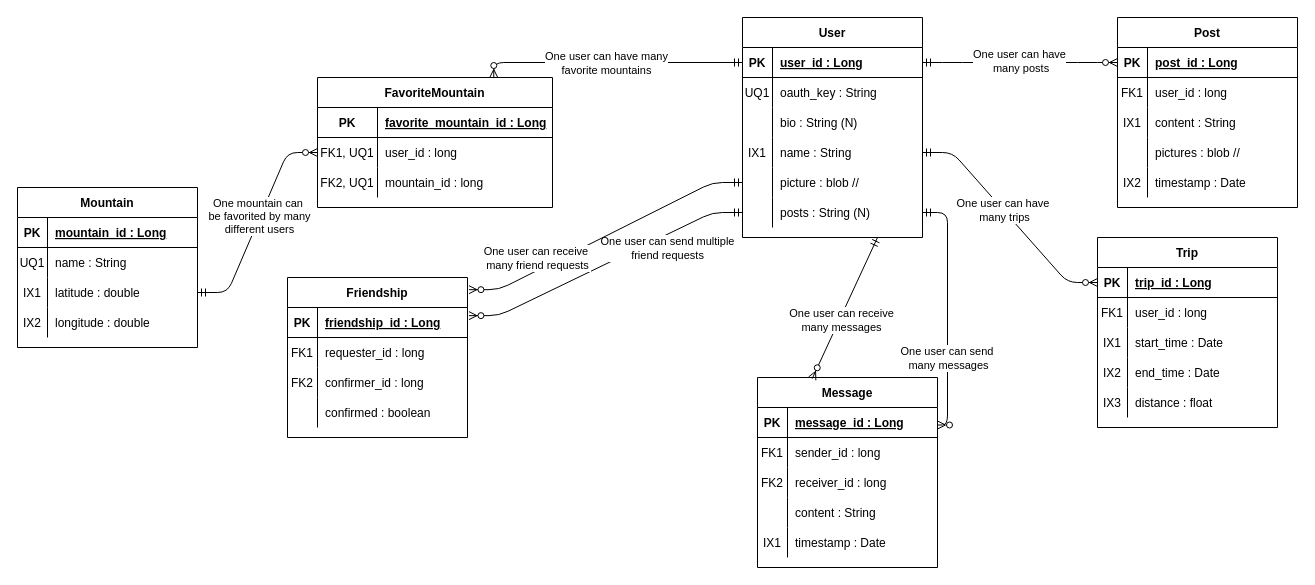
The draw.io diagram docs/work/powdr-erd.drawio in powdr-ddc/powdr-ddc.github.io, before the edit. Source tidied: cells renumbered, new cells numbered last; positions are measured from the earlier drawing's top-left corner, leaving out a move shared by most shapes. Both pictures are drawn from the tidied source at 100%, with x=0, y=0 at pixel (17, 17).
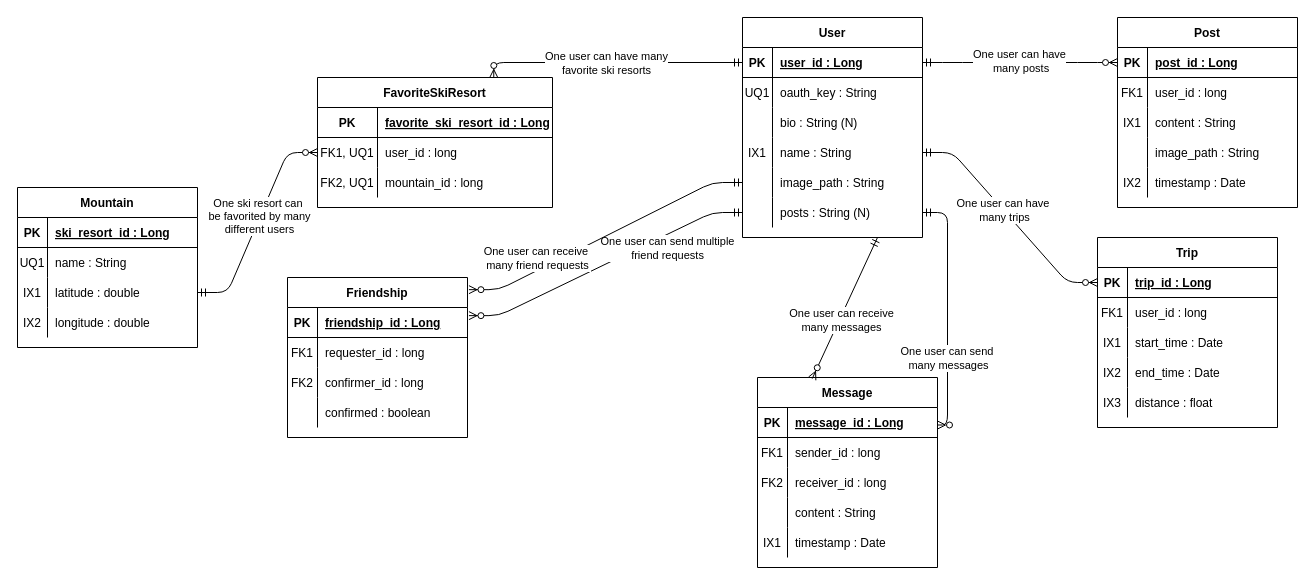
Above is the later version.

The change refers to these unchanged cells:
```xml
<mxCell id="12" style="shape=partialRectangle;fillColor=none;top=0;left=0;bottom=0;right=0;" parent="2" vertex="1">
  <mxGeometry y="120" width="180" height="30" as="geometry" />
</mxCell>
<mxCell id="24" style="edgeStyle=entityRelationEdgeStyle;fontSize=12;html=1;endArrow=ERzeroToMany;startArrow=ERmandOne;entryX=0;entryY=0.5;entryDx=0;entryDy=0;exitX=1;exitY=0.5;exitDx=0;exitDy=0;endFill=1;" parent="1" edge="1" source="43" target="30">
  <mxGeometry relative="1" as="geometry" />
</mxCell>
<mxCell id="27" style="shape=partialRectangle;fillColor=none;top=0;left=0;bottom=1;right=0;" parent="26" vertex="1">
  <mxGeometry y="30" width="235" height="30" as="geometry" />
</mxCell>
<mxCell id="37" style="shape=partialRectangle;fillColor=none;top=0;left=0;bottom=1;right=0;" parent="36" vertex="1">
  <mxGeometry y="30" width="180" height="30" as="geometry" />
</mxCell>
<mxCell id="49" style="fontSize=12;html=1;endArrow=ERzeroToMany;startArrow=ERmandOne;exitX=0;exitY=0.5;exitDx=0;exitDy=0;entryX=0.75;entryY=0;entryDx=0;entryDy=0;endFill=1;edgeStyle=orthogonalEdgeStyle;" parent="1" edge="1" source="103" target="26">
  <mxGeometry relative="1" as="geometry" />
</mxCell>
<mxCell id="115" style="shape=partialRectangle;fillColor=none;top=0;left=0;bottom=0;right=0;points=[[0,0.5],[1,0.5]];portConstraint=eastwest;" parent="102" vertex="1">
  <mxGeometry y="150" width="180" height="30" as="geometry" />
</mxCell>
```

The edit, as a diff of the source:
```diff
@@
-    <mxCell id="14" value="pictures : blob //" style="shape=partialRectangle;fillColor=none;top=0;left=0;bottom=0;right=0;align=left;spacingLeft=6;overflow=hidden;" parent="12" vertex="1">
+    <mxCell id="14" value="image_path : String" style="shape=partialRectangle;fillColor=none;top=0;left=0;bottom=0;right=0;align=left;spacingLeft=6;overflow=hidden;" parent="12" vertex="1">
       <mxGeometry x="30" width="150" height="30" as="geometry" />
     </mxCell>
@@
-    <mxCell id="25" value="One mountain can&amp;nbsp;&lt;br&gt;be favorited by many&lt;br&gt;different users" style="edgeLabel;html=1;align=center;verticalAlign=middle;" parent="24" vertex="1">
+    <mxCell id="25" value="One ski resort can&amp;nbsp;&lt;br&gt;be favorited by many&lt;br&gt;different users" style="edgeLabel;html=1;align=center;verticalAlign=middle;" parent="24" vertex="1">
       <mxGeometry x="0.06" y="1" relative="1" as="geometry" />
     </mxCell>
-    <mxCell id="26" value="FavoriteMountain" style="shape=table;startSize=30;childLayout=tableLayout;rowLines=0;fontStyle=1;align=center;" parent="1" vertex="1">
+    <mxCell id="26" value="FavoriteSkiResort" style="shape=table;startSize=30;childLayout=tableLayout;rowLines=0;fontStyle=1;align=center;" parent="1" vertex="1">
       <mxGeometry x="300" y="60" width="235" height="130" as="geometry" />
     </mxCell>
@@
-    <mxCell id="29" value="favorite_mountain_id : Long" style="shape=partialRectangle;fillColor=none;top=0;left=0;bottom=0;right=0;align=left;spacingLeft=6;fontStyle=5;overflow=hidden;" parent="27" vertex="1">
+    <mxCell id="29" value="favorite_ski_resort_id : Long" style="shape=partialRectangle;fillColor=none;top=0;left=0;bottom=0;right=0;align=left;spacingLeft=6;fontStyle=5;overflow=hidden;" parent="27" vertex="1">
       <mxGeometry x="60" width="175" height="30" as="geometry" />
     </mxCell>
@@
-    <mxCell id="39" value="mountain_id : Long" style="shape=partialRectangle;fillColor=none;top=0;left=0;bottom=0;right=0;align=left;spacingLeft=6;fontStyle=5;overflow=hidden;" parent="37" vertex="1">
+    <mxCell id="39" value="ski_resort_id : Long" style="shape=partialRectangle;fillColor=none;top=0;left=0;bottom=0;right=0;align=left;spacingLeft=6;fontStyle=5;overflow=hidden;" parent="37" vertex="1">
       <mxGeometry x="30" width="150" height="30" as="geometry" />
     </mxCell>
@@
-    <mxCell id="50" value="One user can have many &lt;br&gt;favorite mountains" style="edgeLabel;html=1;align=center;verticalAlign=middle;" parent="49" vertex="1">
+    <mxCell id="50" value="One user can have many &lt;br&gt;favorite ski resorts" style="edgeLabel;html=1;align=center;verticalAlign=middle;" parent="49" vertex="1">
       <mxGeometry x="0.04" relative="1" as="geometry" />
     </mxCell>
@@
-    <mxCell id="117" value="picture : blob //" style="shape=partialRectangle;fillColor=none;top=0;left=0;bottom=0;right=0;align=left;spacingLeft=6;overflow=hidden;" parent="115" vertex="1">
+    <mxCell id="117" value="image_path : String" style="shape=partialRectangle;fillColor=none;top=0;left=0;bottom=0;right=0;align=left;spacingLeft=6;overflow=hidden;" parent="115" vertex="1">
       <mxGeometry x="30" width="150" height="30" as="geometry" />
     </mxCell>
```
